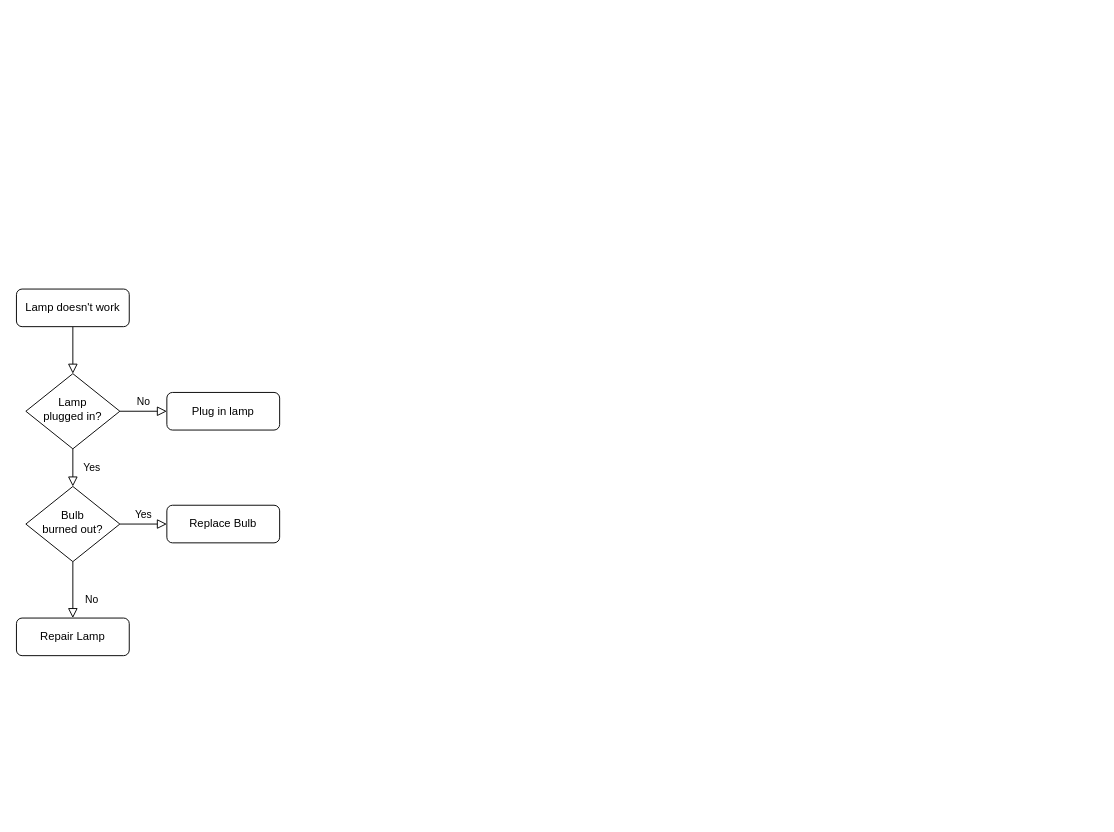
The draw.io diagram 部署流程.drawio in ProgrammerLZ/drawio, before the edit. Source tidied: cells renumbered, new cells numbered last; positions are measured from the earlier drawing's top-left corner, leaving out a move shared by most shapes. Both pictures are drawn from the tidied source at 94%, with x=0, y=0 at pixel (16, 289).
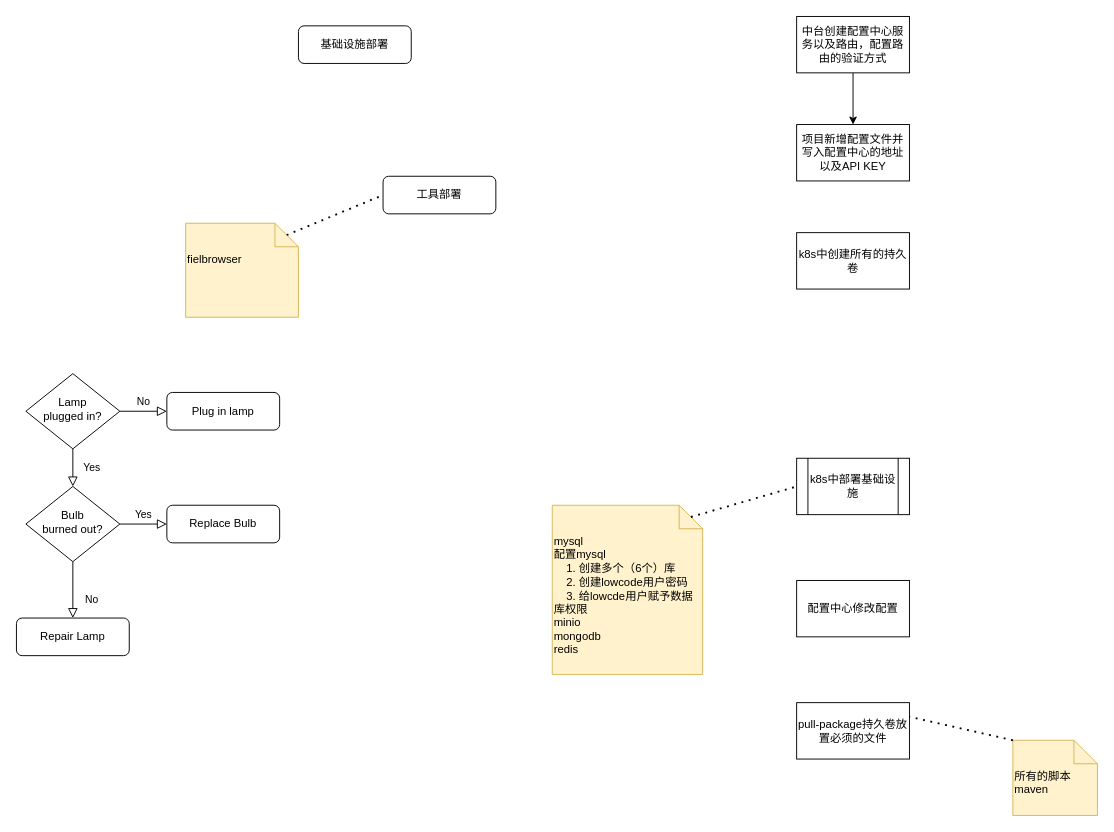
After the change.

Commit message (it also covers changes not shown here):
更新部署流程.drawio

Unchanged cells that the change refers to:
```xml
<mxCell id="6" value="Lamp&lt;br&gt;plugged in?" style="rhombus;whiteSpace=wrap;html=1;shadow=0;fontFamily=Helvetica;fontSize=12;align=center;strokeWidth=1;spacing=6;spacingTop=-4;" parent="1" vertex="1">
  <mxGeometry x="10" y="90" width="100" height="80" as="geometry" />
</mxCell>
```

The edit, as a diff of the source:
```diff
@@
-    <mxCell id="2" style="rounded=0;html=1;jettySize=auto;fontSize=11;endArrow=block;endFill=0;endSize=8;strokeWidth=1;shadow=0;labelBackgroundColor=none;edgeStyle=orthogonalEdgeStyle;" parent="1" edge="1" source="3" target="6">
-      <mxGeometry relative="1" as="geometry" />
-    </mxCell>
-    <mxCell id="3" value="Lamp doesn't work" style="rounded=1;whiteSpace=wrap;html=1;fontSize=12;glass=0;strokeWidth=1;shadow=0;" parent="1" vertex="1">
-      <mxGeometry width="120" height="40" as="geometry" />
-    </mxCell>
@@
+    <mxCell id="13" value="基础设施部署" style="rounded=1;whiteSpace=wrap;html=1;fontSize=12;glass=0;strokeWidth=1;shadow=0;" parent="1" vertex="1">
+      <mxGeometry x="300" y="-280" width="120" height="40" as="geometry" />
+    </mxCell>
+    <mxCell id="14" value="mysql&lt;div&gt;&lt;div&gt;&lt;span style=&quot;text-align: center;&quot;&gt;配置mysql&lt;/span&gt;&lt;br&gt;&lt;/div&gt;&lt;div&gt;&lt;span style=&quot;text-align: center;&quot;&gt;&amp;nbsp; &amp;nbsp;&amp;nbsp;&lt;/span&gt;&lt;span style=&quot;background-color: initial;&quot;&gt;1. 创建多个（6个）库&lt;/span&gt;&lt;/div&gt;&lt;div&gt;&amp;nbsp; &amp;nbsp; 2. 创建lowcode用户密码&lt;/div&gt;&lt;div&gt;&amp;nbsp; &amp;nbsp; 3. 给lowcde用户赋予数据库权限&lt;/div&gt;&lt;div&gt;minio&lt;/div&gt;&lt;div&gt;mongodb&lt;/div&gt;&lt;div&gt;redis&lt;/div&gt;&lt;div&gt;&lt;br&gt;&lt;/div&gt;&lt;/div&gt;" style="shape=note2;boundedLbl=1;whiteSpace=wrap;html=1;size=25;verticalAlign=top;align=left;fillColor=#fff2cc;strokeColor=#d6b656;" parent="1" vertex="1">
+      <mxGeometry x="570" y="230" width="160" height="180" as="geometry" />
+    </mxCell>
+    <mxCell id="15" value="工具部署" style="rounded=1;whiteSpace=wrap;html=1;fontSize=12;glass=0;strokeWidth=1;shadow=0;" parent="1" vertex="1">
+      <mxGeometry x="390" y="-120" width="120" height="40" as="geometry" />
+    </mxCell>
+    <mxCell id="16" value="fielbrowser" style="shape=note2;boundedLbl=1;whiteSpace=wrap;html=1;size=25;verticalAlign=top;align=left;fillColor=#fff2cc;strokeColor=#d6b656;" parent="1" vertex="1">
+      <mxGeometry x="180" y="-70" width="120" height="100" as="geometry" />
+    </mxCell>
+    <mxCell id="17" style="endArrow=none;dashed=1;html=1;dashPattern=1 3;strokeWidth=2;rounded=0;entryX=0;entryY=0.5;entryDx=0;entryDy=0;exitX=0;exitY=0;exitDx=107.5;exitDy=12.5;exitPerimeter=0;" parent="1" edge="1" source="16" target="15">
+      <mxGeometry relative="1" as="geometry" />
+    </mxCell>
+    <mxCell id="18" value="k8s中部署基础设施" style="shape=process;whiteSpace=wrap;html=1;backgroundOutline=1;" parent="1" vertex="1">
+      <mxGeometry x="830" y="180" width="120" height="60" as="geometry" />
+    </mxCell>
+    <mxCell id="19" value="项目新增配置文件并写入配置中心的地址以及API KEY" style="rounded=0;whiteSpace=wrap;html=1;" parent="1" vertex="1">
+      <mxGeometry x="830" y="-175" width="120" height="60" as="geometry" />
+    </mxCell>
+    <mxCell id="20" style="edgeStyle=none;rounded=0;jettySize=auto;html=1;" parent="1" edge="1" source="21" target="19">
+      <mxGeometry relative="1" as="geometry" />
+    </mxCell>
+    <mxCell id="21" value="中台创建配置中心服务以及路由，配置路由的验证方式" style="rounded=0;whiteSpace=wrap;html=1;" parent="1" vertex="1">
+      <mxGeometry x="830" y="-290" width="120" height="60" as="geometry" />
+    </mxCell>
+    <mxCell id="22" style="endArrow=none;dashed=1;html=1;dashPattern=1 3;strokeWidth=2;rounded=0;entryX=0;entryY=0.5;entryDx=0;entryDy=0;exitX=0;exitY=0;exitDx=147.5;exitDy=12.5;exitPerimeter=0;" parent="1" edge="1" source="14" target="18">
+      <mxGeometry relative="1" as="geometry" />
+    </mxCell>
+    <mxCell id="23" value="配置中心修改配置" style="rounded=0;whiteSpace=wrap;html=1;" parent="1" vertex="1">
+      <mxGeometry x="830" y="310" width="120" height="60" as="geometry" />
+    </mxCell>
+    <mxCell id="24" value="k8s中创建所有的持久卷" style="rounded=0;whiteSpace=wrap;html=1;" parent="1" vertex="1">
+      <mxGeometry x="830" y="-60" width="120" height="60" as="geometry" />
+    </mxCell>
+    <mxCell id="25" value="pull-package持久卷放置必须的文件" style="rounded=0;whiteSpace=wrap;html=1;" parent="1" vertex="1">
+      <mxGeometry x="830" y="440" width="120" height="60" as="geometry" />
+    </mxCell>
+    <mxCell id="26" value="所有的脚本&lt;div&gt;maven&lt;/div&gt;" style="shape=note2;boundedLbl=1;whiteSpace=wrap;html=1;size=25;verticalAlign=top;align=left;fillColor=#fff2cc;strokeColor=#d6b656;" parent="1" vertex="1">
+      <mxGeometry x="1060" y="480" width="90" height="80" as="geometry" />
+    </mxCell>
+    <mxCell id="27" style="endArrow=none;dashed=1;html=1;dashPattern=1 3;strokeWidth=2;rounded=0;entryX=1;entryY=0.25;entryDx=0;entryDy=0;exitX=0;exitY=0;exitDx=0;exitDy=0;exitPerimeter=0;" parent="1" edge="1" source="26" target="25">
+      <mxGeometry relative="1" as="geometry" />
+    </mxCell>
```
